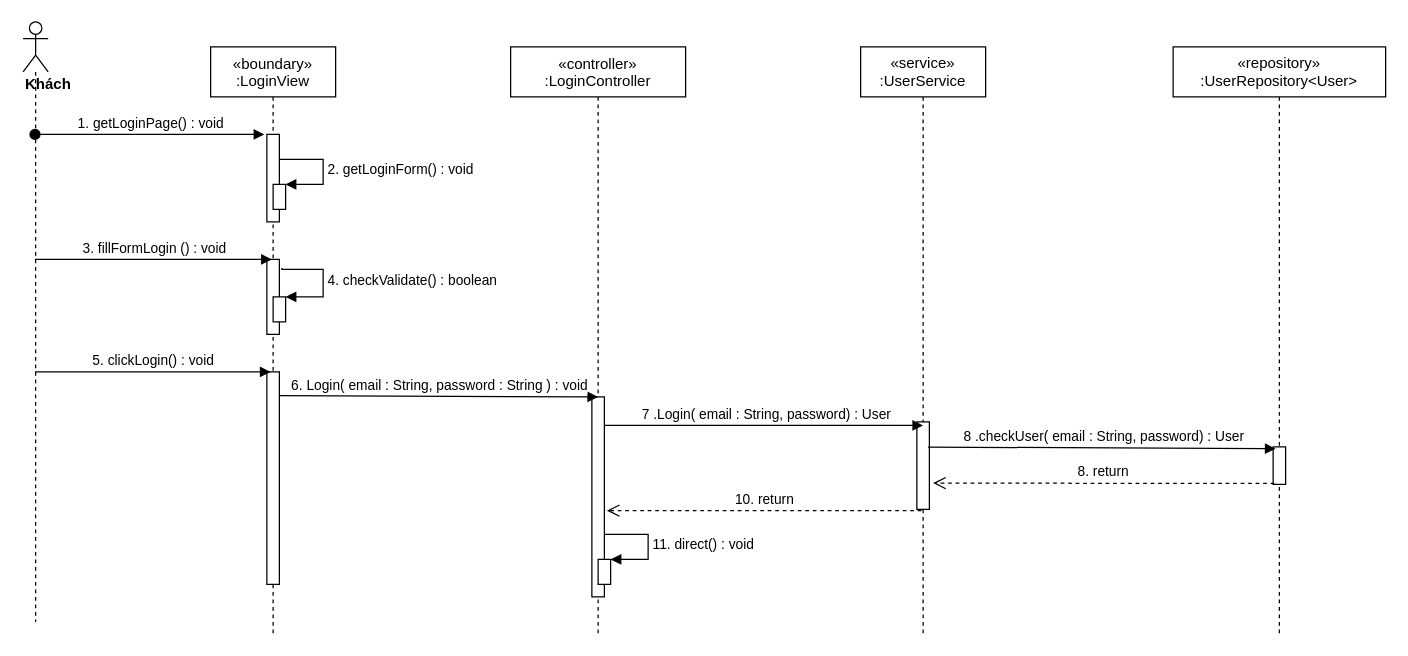
Earlier version of the draw.io diagram sequence diagram/login-sequence-diagram.drawio (nguyenphamvan/datn_20202). Source tidied: cells renumbered, new cells numbered last; positions are measured from the earlier drawing's top-left corner, leaving out a move shared by most shapes. Both pictures are drawn from the tidied source at 125%, with x=0, y=0 at pixel (22, 21).
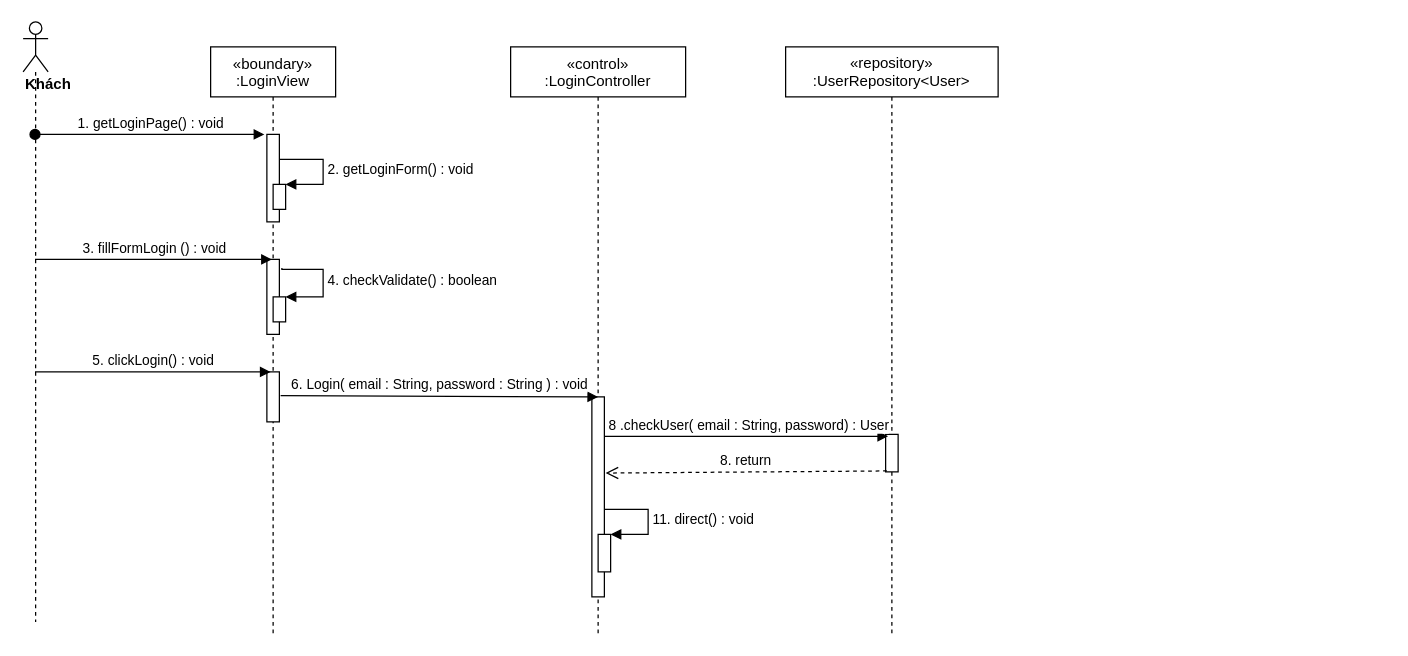
After the change.

Unchanged cells that the change refers to:
```xml
<mxCell id="2" value="«boundary»&#10;:LoginView" style="shape=umlLifeline;perimeter=lifelinePerimeter;rounded=0;shadow=0;strokeWidth=1;" parent="1" vertex="1">
  <mxGeometry x="150" y="20" width="100" height="470" as="geometry" />
</mxCell>
<mxCell id="11" style="points=[];perimeter=orthogonalPerimeter;rounded=0;shadow=0;strokeWidth=1;" parent="10" vertex="1">
  <mxGeometry x="65" y="280" width="10" height="160" as="geometry" />
</mxCell>
```

What changed in the source:
```diff
@@
     <mxCell id="9" style="html=1;points=[];perimeter=orthogonalPerimeter;" parent="2" vertex="1">
-      <mxGeometry x="45" y="260" width="10" height="170" as="geometry" />
+      <mxGeometry x="45" y="260" width="10" height="40" as="geometry" />
     </mxCell>
-    <mxCell id="10" value="«controller»&#10;:LoginController" style="shape=umlLifeline;perimeter=lifelinePerimeter;rounded=0;shadow=0;strokeWidth=1;" parent="1" vertex="1">
+    <mxCell id="10" value="«control»&#10;:LoginController" style="shape=umlLifeline;perimeter=lifelinePerimeter;rounded=0;shadow=0;strokeWidth=1;" parent="1" vertex="1">
       <mxGeometry x="390" y="20" width="140" height="470" as="geometry" />
     </mxCell>
@@
-    <mxCell id="13" value="&lt;span&gt;«service»&lt;br&gt;&lt;/span&gt;:UserService" style="shape=umlLifeline;perimeter=lifelinePerimeter;whiteSpace=wrap;html=1;" parent="1" vertex="1">
-      <mxGeometry x="670" y="20" width="100" height="470" as="geometry" />
-    </mxCell>
-    <mxCell id="14" style="points=[];perimeter=orthogonalPerimeter;rounded=0;shadow=0;strokeWidth=1;" parent="13" vertex="1">
-      <mxGeometry x="45" y="300" width="10" height="70" as="geometry" />
-    </mxCell>
@@
-    <mxCell id="18" value="6. Login( email : String, password : String ) : void" style="html=1;verticalAlign=bottom;endArrow=block;exitX=1;exitY=0.112;exitDx=0;exitDy=0;exitPerimeter=0;" parent="1" edge="1" source="9">
+    <mxCell id="18" value="6. Login( email : String, password : String ) : void" style="html=1;verticalAlign=bottom;endArrow=block;exitX=1.1;exitY=0.475;exitDx=0;exitDy=0;exitPerimeter=0;" parent="1" edge="1" source="9">
       <mxGeometry relative="1" as="geometry">
         <mxPoint x="460" y="300" as="targetPoint" />
       </mxGeometry>
     </mxCell>
     <mxCell id="19" value="&lt;span&gt;«repository»&lt;br&gt;&lt;/span&gt;:UserRepository&amp;lt;User&amp;gt;" style="shape=umlLifeline;perimeter=lifelinePerimeter;whiteSpace=wrap;html=1;" parent="1" vertex="1">
-      <mxGeometry x="920" y="20" width="170" height="470" as="geometry" />
+      <mxGeometry x="610" y="20" width="170" height="470" as="geometry" />
     </mxCell>
     <mxCell id="20" style="points=[];perimeter=orthogonalPerimeter;rounded=0;shadow=0;strokeWidth=1;" parent="19" vertex="1">
-      <mxGeometry x="80" y="320" width="10" height="30" as="geometry" />
+      <mxGeometry x="80" y="310" width="10" height="30" as="geometry" />
     </mxCell>
-    <mxCell id="21" value="&amp;nbsp;7 .Login( email : String, password) : User" style="html=1;verticalAlign=bottom;endArrow=block;entryX=0.5;entryY=0.04;entryDx=0;entryDy=0;entryPerimeter=0;" parent="1" edge="1" source="11" target="14">
-      <mxGeometry relative="1" as="geometry" />
-    </mxCell>
-    <mxCell id="22" value="&lt;span style=&quot;font-family: &amp;#34;helvetica&amp;#34;&quot;&gt;&amp;nbsp;8 .checkUser( email : String, password) : User&lt;/span&gt;" style="html=1;verticalAlign=bottom;endArrow=block;entryX=0.2;entryY=0.05;entryDx=0;entryDy=0;entryPerimeter=0;exitX=0.9;exitY=0.288;exitDx=0;exitDy=0;exitPerimeter=0;" parent="1" edge="1" source="14" target="20">
+    <mxCell id="22" value="&lt;span style=&quot;font-family: &amp;#34;helvetica&amp;#34;&quot;&gt;&amp;nbsp;8 .checkUser( email : String, password) : User&lt;/span&gt;" style="html=1;verticalAlign=bottom;endArrow=block;entryX=0.2;entryY=0.05;entryDx=0;entryDy=0;entryPerimeter=0;" parent="1" edge="1" source="11" target="20">
       <mxGeometry relative="1" as="geometry" />
     </mxCell>
-    <mxCell id="23" value="8. return" style="html=1;verticalAlign=bottom;endArrow=open;dashed=1;endSize=8;exitX=0.1;exitY=0.975;exitDx=0;exitDy=0;exitPerimeter=0;" parent="1" edge="1" source="20">
-      <mxGeometry relative="1" as="geometry">
-        <mxPoint x="728" y="369" as="targetPoint" />
-      </mxGeometry>
+    <mxCell id="23" value="8. return" style="html=1;verticalAlign=bottom;endArrow=open;dashed=1;endSize=8;exitX=0.1;exitY=0.975;exitDx=0;exitDy=0;exitPerimeter=0;entryX=1.1;entryY=0.381;entryDx=0;entryDy=0;entryPerimeter=0;" parent="1" edge="1" source="20" target="11">
+      <mxGeometry relative="1" as="geometry" />
     </mxCell>
-    <mxCell id="24" value="10. return" style="html=1;verticalAlign=bottom;endArrow=open;dashed=1;endSize=8;exitX=0.367;exitY=1.013;exitDx=0;exitDy=0;exitPerimeter=0;" parent="1" edge="1" source="14">
-      <mxGeometry relative="1" as="geometry">
-        <mxPoint x="467" y="391" as="targetPoint" />
-      </mxGeometry>
-    </mxCell>
     <mxCell id="25" style="html=1;points=[];perimeter=orthogonalPerimeter;" parent="1" vertex="1">
-      <mxGeometry x="460" y="430" width="10" height="20" as="geometry" />
+      <mxGeometry x="460" y="410" width="10" height="30" as="geometry" />
     </mxCell>
     <mxCell id="26" value="11. direct() : void" style="edgeStyle=orthogonalEdgeStyle;html=1;align=left;spacingLeft=2;endArrow=block;rounded=0;entryX=1;entryY=0;" parent="1" edge="1" source="11" target="25">
       <mxGeometry relative="1" as="geometry">
         <Array as="points">
+          <mxPoint x="500" y="390" />
           <mxPoint x="500" y="410" />
-          <mxPoint x="500" y="430" />
         </Array>
       </mxGeometry>
     </mxCell>
```
